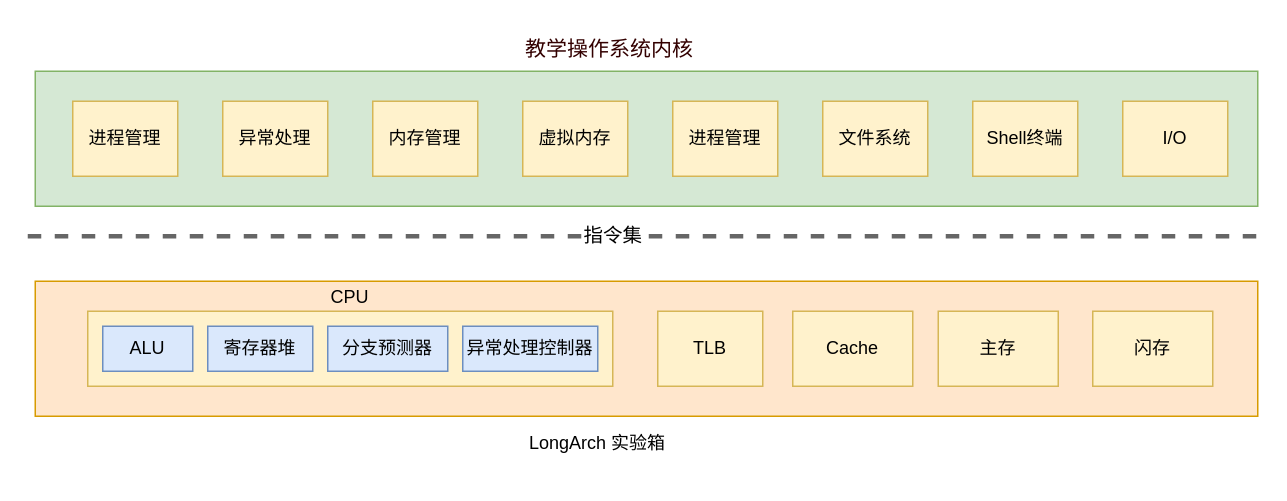
Before: directory/架构CA-OS.drawio in lllwwwooo/draw.io, a draw.io diagram. Source tidied: cells renumbered, new cells numbered last; positions are measured from the earlier drawing's top-left corner, leaving out a move shared by most shapes. Both pictures are drawn from the tidied source at 150%, with x=0, y=0 at pixel (27, 26).
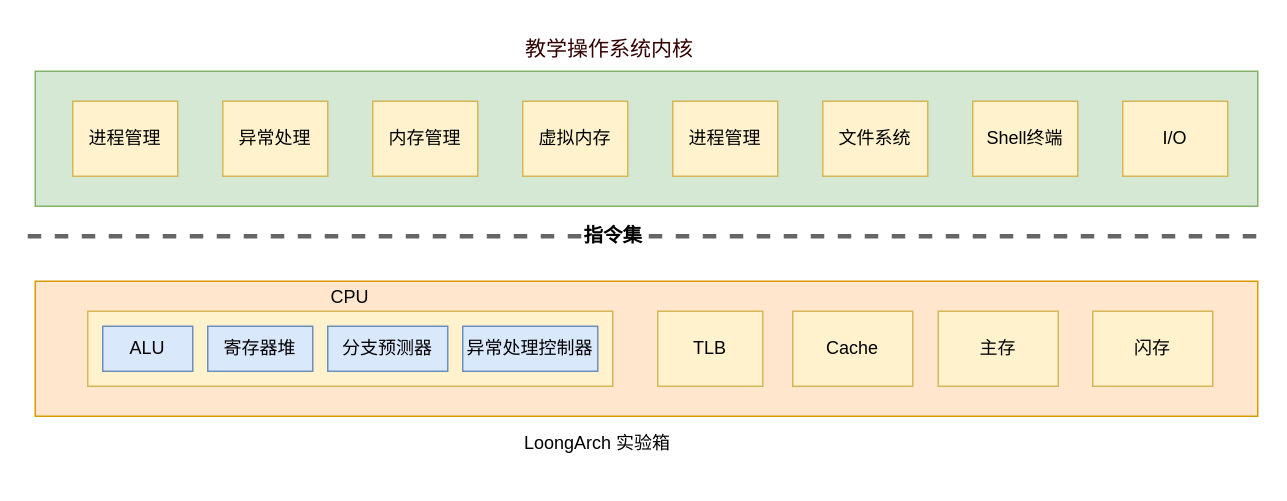
After the change.

Unchanged cells that the change refers to:
```xml
<mxCell id="14" style="endArrow=none;dashed=1;html=1;rounded=0;strokeWidth=3;fillColor=#f5f5f5;strokeColor=#666666;" parent="1" edge="1">
  <mxGeometry relative="1" as="geometry">
    <mxPoint y="140" as="sourcePoint" />
    <mxPoint x="820" y="140" as="targetPoint" />
  </mxGeometry>
</mxCell>
```

The edit, as a diff of the source:
```diff
@@
-    <mxCell id="3" value="LongArch 实验箱&lt;div&gt;&lt;br&gt;&lt;/div&gt;" style="text;html=1;align=center;verticalAlign=middle;whiteSpace=wrap;rounded=0;" parent="1" vertex="1">
+    <mxCell id="3" value="LoongArch 实验箱&lt;div&gt;&lt;br&gt;&lt;/div&gt;" style="text;html=1;align=center;verticalAlign=middle;whiteSpace=wrap;rounded=0;" parent="1" vertex="1">
       <mxGeometry x="310" y="270" width="140" height="30" as="geometry" />
     </mxCell>
@@
-    <mxCell id="15" value="指令集" style="edgeLabel;html=1;align=center;verticalAlign=middle;fontSize=13;fontStyle=0;" parent="14" vertex="1">
+    <mxCell id="15" value="指令集" style="edgeLabel;html=1;align=center;verticalAlign=middle;fontSize=13;fontStyle=1;" parent="14" vertex="1">
       <mxGeometry x="-0.07" y="2" relative="1" as="geometry">
         <mxPoint x="8" as="offset" />
       </mxGeometry>
     </mxCell>
```
